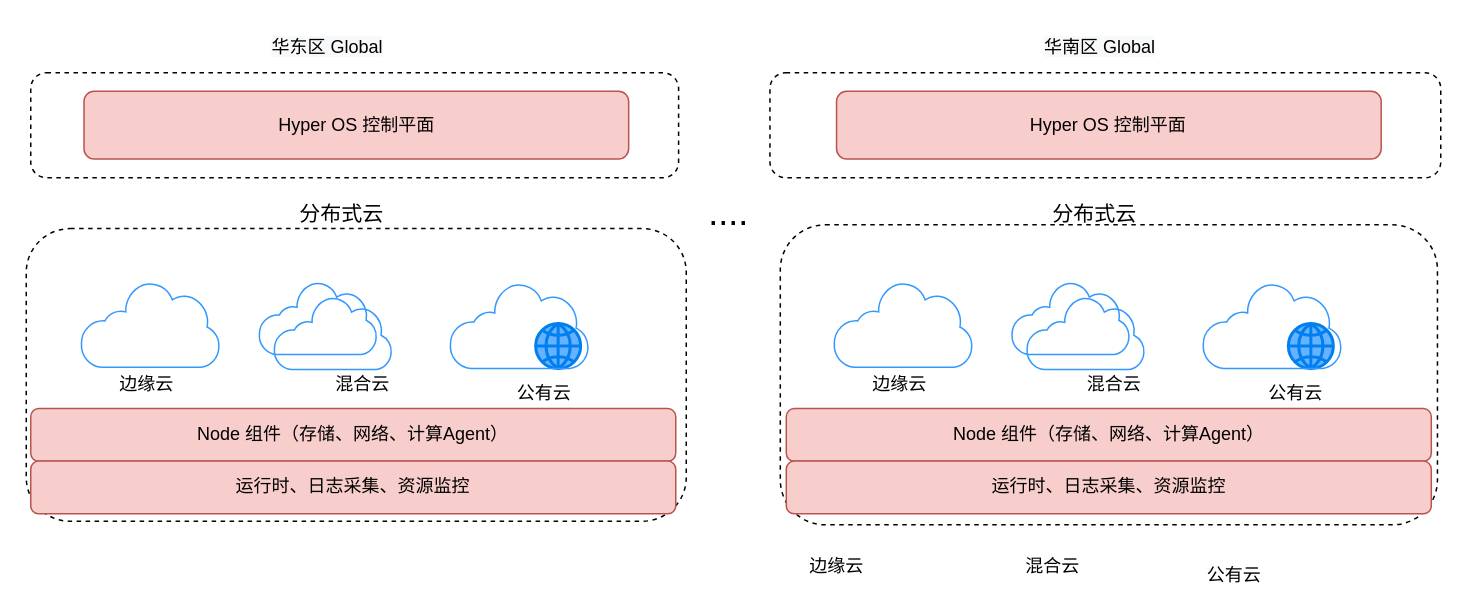
This is page "部署" (4 of 8) of cloud-edge-softarch.drawio from lmxia/system_designs, a draw.io file, before an edit. Source tidied: cells renumbered, new cells numbered last; positions are measured from the earlier drawing's top-left corner, leaving out a move shared by most shapes. Both pictures are drawn from the tidied source at 150%, with x=0, y=0 at pixel (26, 26).
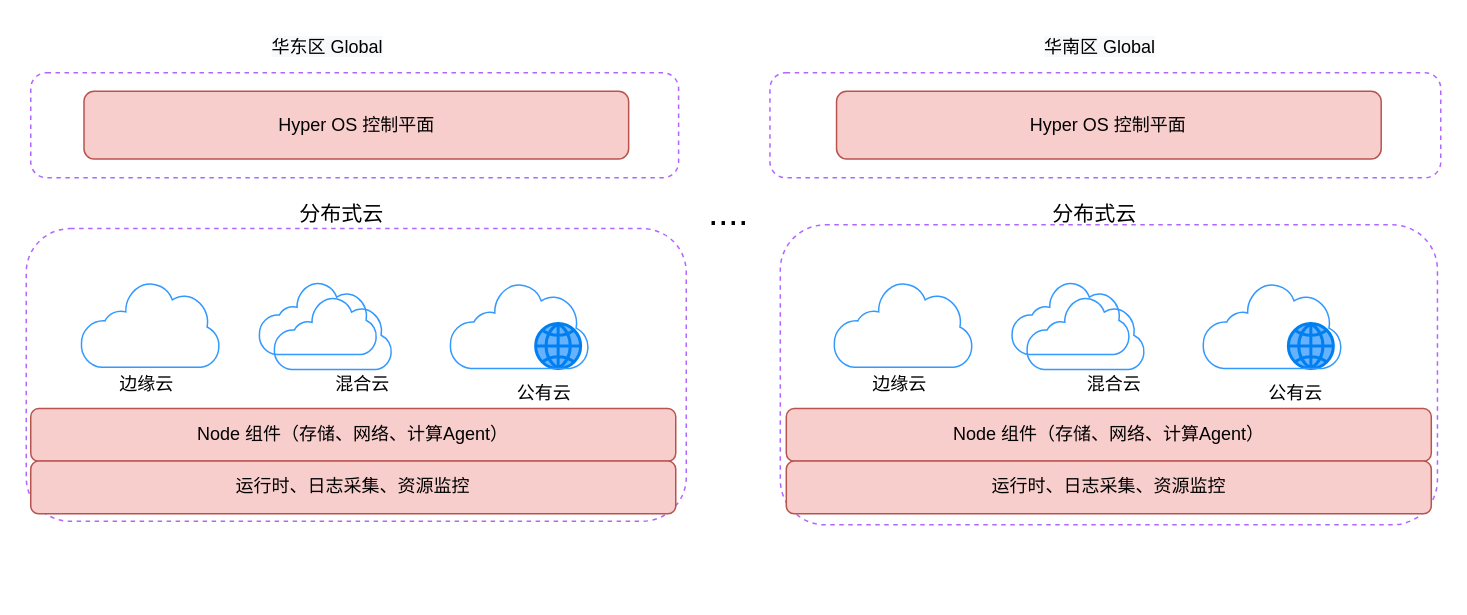
The same diagram, later.

Diff of the diagram source:
```diff
@@
-    <mxCell id="2" style="rounded=1;whiteSpace=wrap;html=1;dashed=1;fillColor=none;" parent="1" vertex="1">
+    <mxCell id="2" style="rounded=1;whiteSpace=wrap;html=1;dashed=1;fillColor=none;strokeColor=#B266FF;" parent="1" vertex="1">
       <mxGeometry x="3" y="31" width="431.9" height="70" as="geometry" />
     </mxCell>
@@
-    <mxCell id="4" style="rounded=1;whiteSpace=wrap;html=1;fillColor=none;dashed=1;" parent="1" vertex="1">
+    <mxCell id="4" style="rounded=1;whiteSpace=wrap;html=1;fillColor=none;dashed=1;strokeColor=#B266FF;" parent="1" vertex="1">
       <mxGeometry y="134.9" width="440" height="195.1" as="geometry" />
     </mxCell>
@@
-    <mxCell id="16" style="rounded=1;whiteSpace=wrap;html=1;fillColor=none;dashed=1;" parent="1" vertex="1">
+    <mxCell id="16" style="rounded=1;whiteSpace=wrap;html=1;fillColor=none;dashed=1;strokeColor=#B266FF;" parent="1" vertex="1">
       <mxGeometry x="502.7" y="132.4" width="438.1" height="200" as="geometry" />
     </mxCell>
@@
-    <mxCell id="28" style="rounded=1;whiteSpace=wrap;html=1;dashed=1;fillColor=none;" parent="1" vertex="1">
+    <mxCell id="28" style="rounded=1;whiteSpace=wrap;html=1;dashed=1;fillColor=none;strokeColor=#B266FF;" parent="1" vertex="1">
       <mxGeometry x="495.8" y="31" width="447.2" height="70" as="geometry" />
     </mxCell>
@@
-    <mxCell id="30" value="混合云" style="text;html=1;align=center;verticalAlign=middle;fillColor=none;strokeColor=none;rounded=0;" parent="1" vertex="1">
-      <mxGeometry x="658.5" y="350" width="50" height="20" as="geometry" />
-    </mxCell>
-    <mxCell id="31" value="边缘云" style="text;html=1;align=center;verticalAlign=middle;fillColor=none;strokeColor=none;rounded=0;" parent="1" vertex="1">
-      <mxGeometry x="514.9" y="350" width="50" height="20" as="geometry" />
-    </mxCell>
-    <mxCell id="32" value="公有云" style="text;html=1;align=center;verticalAlign=middle;fillColor=none;strokeColor=none;rounded=0;" parent="1" vertex="1">
-      <mxGeometry x="779.6" y="356" width="50" height="20" as="geometry" />
-    </mxCell>
```
